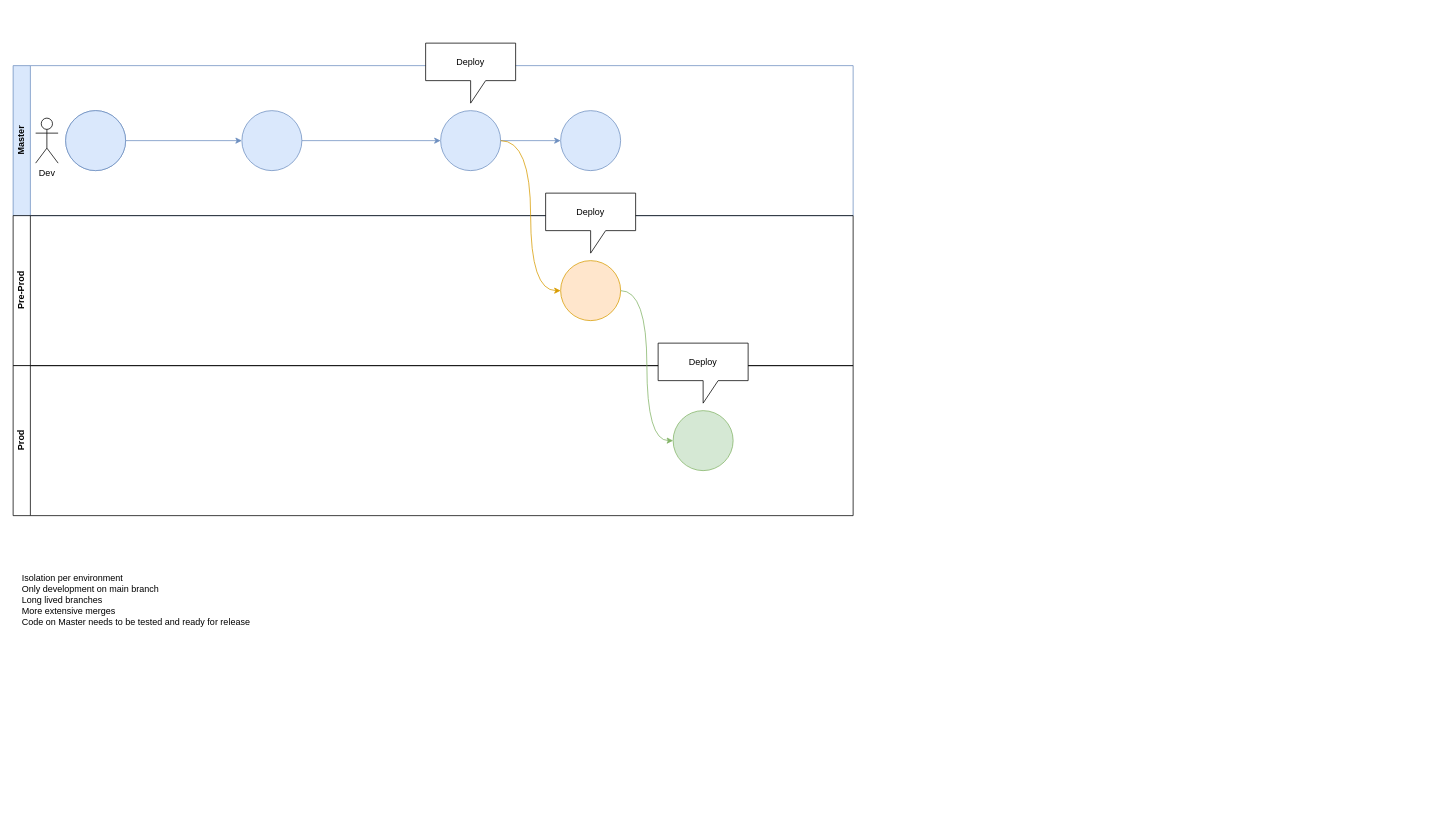
Earlier version of the draw.io diagram page "GitLabFlow" (2 of 5) of Designs/CICD/branchingStrategies.drawio (matthiasblomme/MixedTools). Source tidied: cells renumbered, new cells numbered last; positions are measured from the earlier drawing's top-left corner, leaving out a move shared by most shapes. Both pictures are drawn from the tidied source at 75%, with x=0, y=0 at pixel (13, 43).
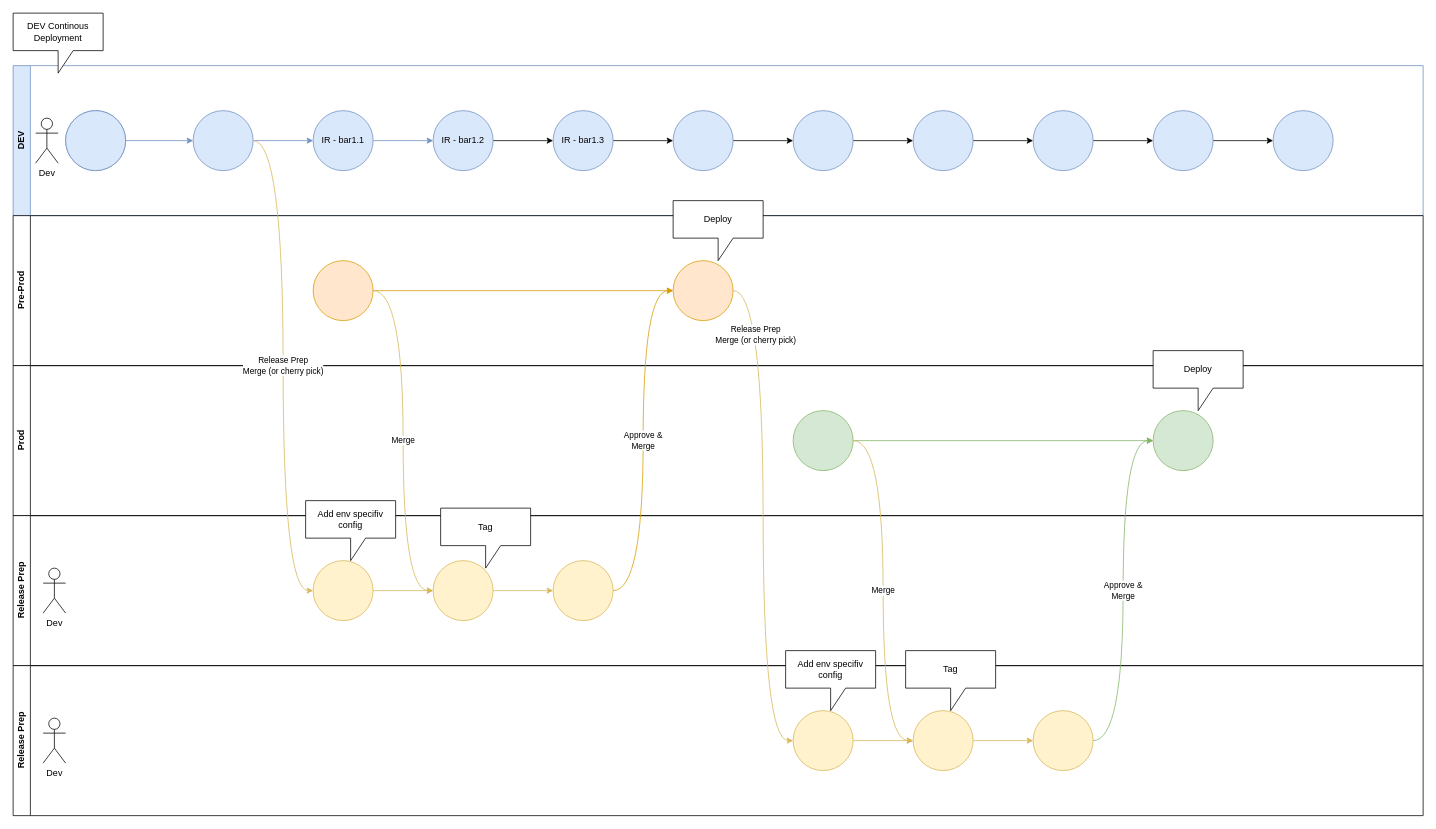
After the change.

Change to the diagram source:
```diff
@@
-    <mxCell id="3" value="Master" style="swimlane;horizontal=0;whiteSpace=wrap;html=1;fillColor=#dae8fc;strokeColor=#6c8ebf;" parent="1" vertex="1">
-      <mxGeometry y="30" width="1120" height="200" as="geometry" />
+    <mxCell id="3" value="DEV" style="swimlane;horizontal=0;whiteSpace=wrap;html=1;fillColor=#dae8fc;strokeColor=#6c8ebf;" parent="1" vertex="1">
+      <mxGeometry y="30" width="1880" height="200" as="geometry" />
     </mxCell>
@@
-    <mxCell id="6" style="ellipse;whiteSpace=wrap;html=1;fillColor=#dae8fc;strokeColor=#6c8ebf;" parent="3" vertex="1">
-      <mxGeometry x="570" y="60" width="80" height="80" as="geometry" />
+    <mxCell id="6" value="IR - bar1.1" style="ellipse;whiteSpace=wrap;html=1;fillColor=#dae8fc;strokeColor=#6c8ebf;" parent="3" vertex="1">
+      <mxGeometry x="400" y="60" width="80" height="80" as="geometry" />
     </mxCell>
+    <mxCell id="22" style="edgeStyle=orthogonalEdgeStyle;rounded=0;jettySize=auto;html=1;" parent="3" edge="1" source="7" target="24">
+      <mxGeometry relative="1" as="geometry" />
+    </mxCell>
-    <mxCell id="7" style="ellipse;whiteSpace=wrap;html=1;fillColor=#dae8fc;strokeColor=#6c8ebf;" parent="3" vertex="1">
-      <mxGeometry x="730" y="60" width="80" height="80" as="geometry" />
+    <mxCell id="7" value="IR - bar1.2" style="ellipse;whiteSpace=wrap;html=1;fillColor=#dae8fc;strokeColor=#6c8ebf;" parent="3" vertex="1">
+      <mxGeometry x="560" y="60" width="80" height="80" as="geometry" />
     </mxCell>
     <mxCell id="8" style="ellipse;whiteSpace=wrap;html=1;fillColor=#dae8fc;strokeColor=#6c8ebf;" parent="3" vertex="1">
-      <mxGeometry x="305" y="60" width="80" height="80" as="geometry" />
+      <mxGeometry x="240" y="60" width="80" height="80" as="geometry" />
     </mxCell>
@@
+    <mxCell id="23" style="edgeStyle=orthogonalEdgeStyle;rounded=0;jettySize=auto;html=1;" parent="3" edge="1" source="24" target="26">
+      <mxGeometry relative="1" as="geometry" />
+    </mxCell>
+    <mxCell id="24" value="IR - bar1.3" style="ellipse;whiteSpace=wrap;html=1;fillColor=#dae8fc;strokeColor=#6c8ebf;" parent="3" vertex="1">
+      <mxGeometry x="720" y="60" width="80" height="80" as="geometry" />
+    </mxCell>
+    <mxCell id="25" style="edgeStyle=orthogonalEdgeStyle;rounded=0;jettySize=auto;html=1;" parent="3" edge="1" source="26" target="28">
+      <mxGeometry relative="1" as="geometry" />
+    </mxCell>
+    <mxCell id="26" style="ellipse;whiteSpace=wrap;html=1;fillColor=#dae8fc;strokeColor=#6c8ebf;" parent="3" vertex="1">
+      <mxGeometry x="880" y="60" width="80" height="80" as="geometry" />
+    </mxCell>
+    <mxCell id="27" style="edgeStyle=orthogonalEdgeStyle;rounded=0;jettySize=auto;html=1;" parent="3" edge="1" source="28" target="30">
+      <mxGeometry relative="1" as="geometry" />
+    </mxCell>
+    <mxCell id="28" style="ellipse;whiteSpace=wrap;html=1;fillColor=#dae8fc;strokeColor=#6c8ebf;" parent="3" vertex="1">
+      <mxGeometry x="1040" y="60" width="80" height="80" as="geometry" />
+    </mxCell>
+    <mxCell id="29" style="edgeStyle=orthogonalEdgeStyle;rounded=0;jettySize=auto;html=1;" parent="3" edge="1" source="30" target="32">
+      <mxGeometry relative="1" as="geometry" />
+    </mxCell>
+    <mxCell id="30" style="ellipse;whiteSpace=wrap;html=1;fillColor=#dae8fc;strokeColor=#6c8ebf;" parent="3" vertex="1">
+      <mxGeometry x="1200" y="60" width="80" height="80" as="geometry" />
+    </mxCell>
+    <mxCell id="31" style="edgeStyle=orthogonalEdgeStyle;rounded=0;jettySize=auto;html=1;" parent="3" edge="1" source="32" target="34">
+      <mxGeometry relative="1" as="geometry" />
+    </mxCell>
+    <mxCell id="32" style="ellipse;whiteSpace=wrap;html=1;fillColor=#dae8fc;strokeColor=#6c8ebf;" parent="3" vertex="1">
+      <mxGeometry x="1360" y="60" width="80" height="80" as="geometry" />
+    </mxCell>
+    <mxCell id="33" style="edgeStyle=orthogonalEdgeStyle;rounded=0;jettySize=auto;html=1;" parent="3" edge="1" source="34" target="35">
+      <mxGeometry relative="1" as="geometry" />
+    </mxCell>
+    <mxCell id="34" style="ellipse;whiteSpace=wrap;html=1;fillColor=#dae8fc;strokeColor=#6c8ebf;" parent="3" vertex="1">
+      <mxGeometry x="1520" y="60" width="80" height="80" as="geometry" />
+    </mxCell>
+    <mxCell id="35" style="ellipse;whiteSpace=wrap;html=1;fillColor=#dae8fc;strokeColor=#6c8ebf;" parent="3" vertex="1">
+      <mxGeometry x="1680" y="60" width="80" height="80" as="geometry" />
+    </mxCell>
     <mxCell id="10" value="Pre-Prod" style="swimlane;horizontal=0;whiteSpace=wrap;html=1;" parent="1" vertex="1">
-      <mxGeometry y="230" width="1120" height="200" as="geometry" />
+      <mxGeometry y="230" width="1880" height="200" as="geometry" />
     </mxCell>
     <mxCell id="11" style="ellipse;whiteSpace=wrap;html=1;fillColor=#ffe6cc;strokeColor=#d79b00;" parent="10" vertex="1">
-      <mxGeometry x="730" y="60" width="80" height="80" as="geometry" />
+      <mxGeometry x="880" y="60" width="80" height="80" as="geometry" />
     </mxCell>
+    <mxCell id="15" value="Deploy" style="shape=callout;whiteSpace=wrap;html=1;perimeter=calloutPerimeter;" parent="10" vertex="1">
+      <mxGeometry x="880" y="-20" width="120" height="80" as="geometry" />
+    </mxCell>
+    <mxCell id="36" style="edgeStyle=orthogonalEdgeStyle;rounded=0;jettySize=auto;html=1;entryX=0;entryY=0.5;entryDx=0;entryDy=0;fillColor=#ffe6cc;strokeColor=#d79b00;" parent="10" edge="1" source="37" target="11">
+      <mxGeometry relative="1" as="geometry" />
+    </mxCell>
+    <mxCell id="37" style="ellipse;whiteSpace=wrap;html=1;fillColor=#ffe6cc;strokeColor=#d79b00;" parent="10" vertex="1">
+      <mxGeometry x="400" y="60" width="80" height="80" as="geometry" />
+    </mxCell>
+    <mxCell id="13" value="Prod" style="swimlane;horizontal=0;whiteSpace=wrap;html=1;" parent="1" vertex="1">
+      <mxGeometry y="430" width="1880" height="200" as="geometry" />
+    </mxCell>
+    <mxCell id="38" style="edgeStyle=orthogonalEdgeStyle;rounded=0;jettySize=auto;html=1;fillColor=#d5e8d4;strokeColor=#82b366;" parent="13" edge="1" source="39">
+      <mxGeometry relative="1" as="geometry">
+        <mxPoint x="1520" y="100" as="targetPoint" />
+      </mxGeometry>
+    </mxCell>
+    <mxCell id="39" style="ellipse;whiteSpace=wrap;html=1;fillColor=#d5e8d4;strokeColor=#82b366;" parent="13" vertex="1">
+      <mxGeometry x="1040" y="60" width="80" height="80" as="geometry" />
+    </mxCell>
+    <mxCell id="14" style="ellipse;whiteSpace=wrap;html=1;fillColor=#d5e8d4;strokeColor=#82b366;" parent="13" vertex="1">
+      <mxGeometry x="1520" y="60" width="80" height="80" as="geometry" />
+    </mxCell>
-    <mxCell id="12" value="Deploy" style="shape=callout;whiteSpace=wrap;html=1;perimeter=calloutPerimeter;" parent="10" vertex="1">
-      <mxGeometry x="710" y="-30" width="120" height="80" as="geometry" />
+    <mxCell id="12" value="Deploy" style="shape=callout;whiteSpace=wrap;html=1;perimeter=calloutPerimeter;" parent="13" vertex="1">
+      <mxGeometry x="1520" y="-20" width="120" height="80" as="geometry" />
     </mxCell>
-    <mxCell id="13" value="Prod" style="swimlane;horizontal=0;whiteSpace=wrap;html=1;" parent="1" vertex="1">
-      <mxGeometry y="430" width="1120" height="200" as="geometry" />
-    </mxCell>
-    <mxCell id="14" style="ellipse;whiteSpace=wrap;html=1;fillColor=#d5e8d4;strokeColor=#82b366;" parent="13" vertex="1">
-      <mxGeometry x="880" y="60" width="80" height="80" as="geometry" />
-    </mxCell>
-    <mxCell id="15" value="Deploy" style="shape=callout;whiteSpace=wrap;html=1;perimeter=calloutPerimeter;" parent="13" vertex="1">
-      <mxGeometry x="860" y="-30" width="120" height="80" as="geometry" />
-    </mxCell>
@@
-    <mxCell id="17" style="edgeStyle=orthogonalEdgeStyle;rounded=0;jettySize=auto;html=1;entryX=0;entryY=0.5;entryDx=0;entryDy=0;curved=1;fillColor=#ffe6cc;strokeColor=#d79b00;" parent="1" edge="1" source="6" target="11">
-      <mxGeometry relative="1" as="geometry" />
-    </mxCell>
-    <mxCell id="18" style="edgeStyle=orthogonalEdgeStyle;rounded=0;jettySize=auto;html=1;entryX=0;entryY=0.5;entryDx=0;entryDy=0;fillColor=#d5e8d4;strokeColor=#82b366;curved=1;" parent="1" edge="1" source="11" target="14">
-      <mxGeometry relative="1" as="geometry" />
-    </mxCell>
@@
-    <mxCell id="20" value="Deploy" style="shape=callout;whiteSpace=wrap;html=1;perimeter=calloutPerimeter;base=20;" parent="1" vertex="1">
-      <mxGeometry x="550" width="120" height="80" as="geometry" />
+    <mxCell id="20" value="DEV Continous&lt;br&gt;Deployment" style="shape=callout;whiteSpace=wrap;html=1;perimeter=calloutPerimeter;base=20;" parent="1" vertex="1">
+      <mxGeometry y="-40" width="120" height="80" as="geometry" />
     </mxCell>
-    <mxCell id="21" value="Isolation per environment&lt;br&gt;Only development on main branch&lt;br&gt;Long lived branches&lt;br&gt;More extensive merges&lt;br&gt;Code on Master needs to be tested and ready for release" style="text;html=1;strokeColor=none;fillColor=none;align=left;verticalAlign=top;whiteSpace=wrap;rounded=0;horizontal=1;labelBorderColor=none;" parent="1" vertex="1">
-      <mxGeometry x="10" y="700" width="340" height="140" as="geometry" />
-    </mxCell>
+    <mxCell id="40" value="Release Prep" style="swimlane;horizontal=0;whiteSpace=wrap;html=1;" parent="1" vertex="1">
+      <mxGeometry y="630" width="1880" height="200" as="geometry" />
+    </mxCell>
+    <mxCell id="41" style="edgeStyle=orthogonalEdgeStyle;rounded=0;jettySize=auto;html=1;fillColor=#fff2cc;strokeColor=#d6b656;" parent="40" edge="1" source="42" target="43">
+      <mxGeometry relative="1" as="geometry" />
+    </mxCell>
+    <mxCell id="42" style="ellipse;whiteSpace=wrap;html=1;fillColor=#fff2cc;strokeColor=#d6b656;" parent="40" vertex="1">
+      <mxGeometry x="560" y="60" width="80" height="80" as="geometry" />
+    </mxCell>
+    <mxCell id="43" style="ellipse;whiteSpace=wrap;html=1;fillColor=#fff2cc;strokeColor=#d6b656;" parent="40" vertex="1">
+      <mxGeometry x="720" y="60" width="80" height="80" as="geometry" />
+    </mxCell>
+    <mxCell id="44" style="edgeStyle=orthogonalEdgeStyle;rounded=0;jettySize=auto;html=1;fillColor=#fff2cc;strokeColor=#d6b656;" parent="40" edge="1" source="45" target="42">
+      <mxGeometry relative="1" as="geometry" />
+    </mxCell>
+    <mxCell id="45" style="ellipse;whiteSpace=wrap;html=1;fillColor=#fff2cc;strokeColor=#d6b656;" parent="40" vertex="1">
+      <mxGeometry x="400" y="60" width="80" height="80" as="geometry" />
+    </mxCell>
+    <mxCell id="46" value="Dev" style="shape=umlActor;verticalLabelPosition=bottom;verticalAlign=top;html=1;" parent="40" vertex="1">
+      <mxGeometry x="40" y="70" width="30" height="60" as="geometry" />
+    </mxCell>
+    <mxCell id="47" value="Add env specifiv config" style="shape=callout;whiteSpace=wrap;html=1;perimeter=calloutPerimeter;" parent="40" vertex="1">
+      <mxGeometry x="390" y="-20" width="120" height="80" as="geometry" />
+    </mxCell>
+    <mxCell id="48" value="Approve &amp;amp;&lt;br&gt;Merge" style="edgeStyle=orthogonalEdgeStyle;rounded=0;jettySize=auto;html=1;entryX=0;entryY=0.5;entryDx=0;entryDy=0;fillColor=#ffe6cc;strokeColor=#d79b00;curved=1;" parent="1" edge="1" source="43" target="11">
+      <mxGeometry relative="1" as="geometry" />
+    </mxCell>
+    <mxCell id="49" value="Release Prep" style="swimlane;horizontal=0;whiteSpace=wrap;html=1;" parent="1" vertex="1">
+      <mxGeometry y="830" width="1880" height="200" as="geometry" />
+    </mxCell>
+    <mxCell id="50" style="edgeStyle=orthogonalEdgeStyle;rounded=0;jettySize=auto;html=1;fillColor=#fff2cc;strokeColor=#d6b656;" parent="49" edge="1" source="51" target="53">
+      <mxGeometry relative="1" as="geometry" />
+    </mxCell>
+    <mxCell id="51" style="ellipse;whiteSpace=wrap;html=1;fillColor=#fff2cc;strokeColor=#d6b656;" parent="49" vertex="1">
+      <mxGeometry x="1040" y="60" width="80" height="80" as="geometry" />
+    </mxCell>
+    <mxCell id="52" style="edgeStyle=orthogonalEdgeStyle;rounded=0;jettySize=auto;html=1;fillColor=#fff2cc;strokeColor=#d6b656;" parent="49" edge="1" source="53" target="55">
+      <mxGeometry relative="1" as="geometry" />
+    </mxCell>
+    <mxCell id="53" style="ellipse;whiteSpace=wrap;html=1;fillColor=#fff2cc;strokeColor=#d6b656;" parent="49" vertex="1">
+      <mxGeometry x="1200" y="60" width="80" height="80" as="geometry" />
+    </mxCell>
+    <mxCell id="54" value="Add env specifiv config" style="shape=callout;whiteSpace=wrap;html=1;perimeter=calloutPerimeter;" parent="49" vertex="1">
+      <mxGeometry x="1030" y="-20" width="120" height="80" as="geometry" />
+    </mxCell>
+    <mxCell id="55" style="ellipse;whiteSpace=wrap;html=1;fillColor=#fff2cc;strokeColor=#d6b656;" parent="49" vertex="1">
+      <mxGeometry x="1360" y="60" width="80" height="80" as="geometry" />
+    </mxCell>
+    <mxCell id="56" value="Dev" style="shape=umlActor;verticalLabelPosition=bottom;verticalAlign=top;html=1;" parent="49" vertex="1">
+      <mxGeometry x="40" y="70" width="30" height="60" as="geometry" />
+    </mxCell>
+    <mxCell id="57" value="Tag" style="shape=callout;whiteSpace=wrap;html=1;perimeter=calloutPerimeter;" parent="49" vertex="1">
+      <mxGeometry x="1190" y="-20" width="120" height="80" as="geometry" />
+    </mxCell>
+    <mxCell id="58" value="Release Prep&lt;br style=&quot;border-color: var(--border-color);&quot;&gt;Merge (or cherry pick)" style="edgeStyle=orthogonalEdgeStyle;rounded=0;jettySize=auto;html=1;entryX=0;entryY=0.5;entryDx=0;entryDy=0;curved=1;exitX=1;exitY=0.5;exitDx=0;exitDy=0;fillColor=#fff2cc;strokeColor=#d6b656;" parent="1" edge="1" source="11" target="51">
+      <mxGeometry x="-0.71" y="-10" relative="1" as="geometry" />
+    </mxCell>
+    <mxCell id="59" value="Release Prep&lt;br&gt;Merge (or cherry pick)" style="edgeStyle=orthogonalEdgeStyle;rounded=0;jettySize=auto;html=1;entryX=0;entryY=0.5;entryDx=0;entryDy=0;curved=1;fillColor=#fff2cc;strokeColor=#d6b656;" parent="1" edge="1" source="8" target="45">
+      <mxGeometry relative="1" as="geometry" />
+    </mxCell>
+    <mxCell id="60" value="Merge" style="edgeStyle=orthogonalEdgeStyle;rounded=0;jettySize=auto;html=1;entryX=0;entryY=0.5;entryDx=0;entryDy=0;curved=1;fillColor=#fff2cc;strokeColor=#d6b656;" parent="1" edge="1" source="37" target="42">
+      <mxGeometry relative="1" as="geometry" />
+    </mxCell>
+    <mxCell id="18" value="Approve &amp;amp;&lt;br style=&quot;border-color: var(--border-color);&quot;&gt;Merge" style="edgeStyle=orthogonalEdgeStyle;rounded=0;jettySize=auto;html=1;entryX=0;entryY=0.5;entryDx=0;entryDy=0;fillColor=#d5e8d4;strokeColor=#82b366;curved=1;exitX=1;exitY=0.5;exitDx=0;exitDy=0;" parent="1" edge="1" source="55" target="14">
+      <mxGeometry relative="1" as="geometry" />
+    </mxCell>
+    <mxCell id="61" value="Merge" style="edgeStyle=orthogonalEdgeStyle;rounded=0;jettySize=auto;html=1;entryX=0;entryY=0.5;entryDx=0;entryDy=0;curved=1;fillColor=#fff2cc;strokeColor=#d6b656;" parent="1" edge="1" source="39" target="53">
+      <mxGeometry relative="1" as="geometry" />
+    </mxCell>
+    <mxCell id="62" value="Tag" style="shape=callout;whiteSpace=wrap;html=1;perimeter=calloutPerimeter;" parent="1" vertex="1">
+      <mxGeometry x="570" y="620" width="120" height="80" as="geometry" />
+    </mxCell>
```
